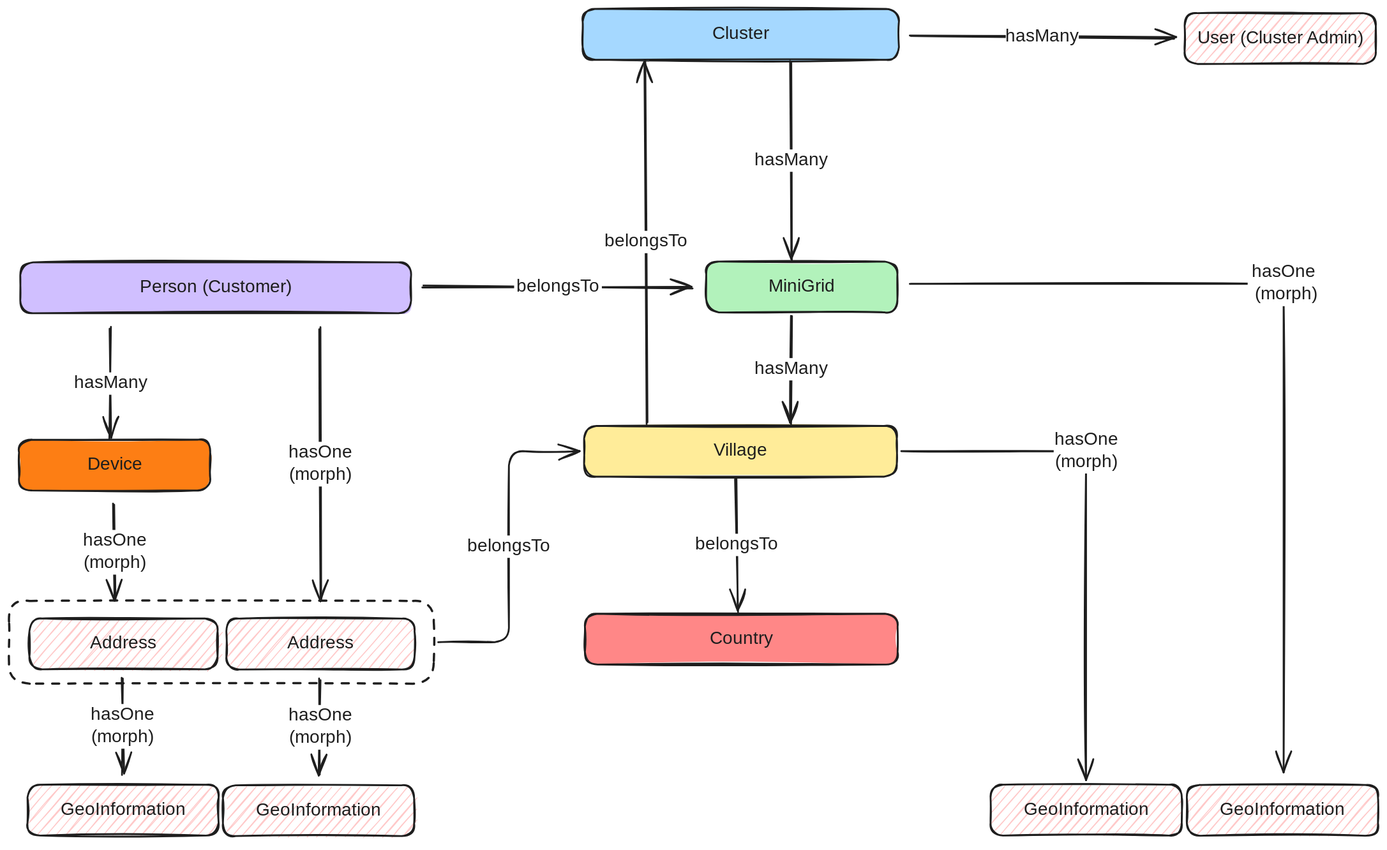
This is docs/development/images/cluster_minigrid_village.excalidraw.svg from EnAccess/micropowermanager, a Excalidraw export, as it was before one commit. Source tidied: one line per element, renumbered; positions are measured from the earlier drawing's top-left corner, leaving out a move shared by most shapes.
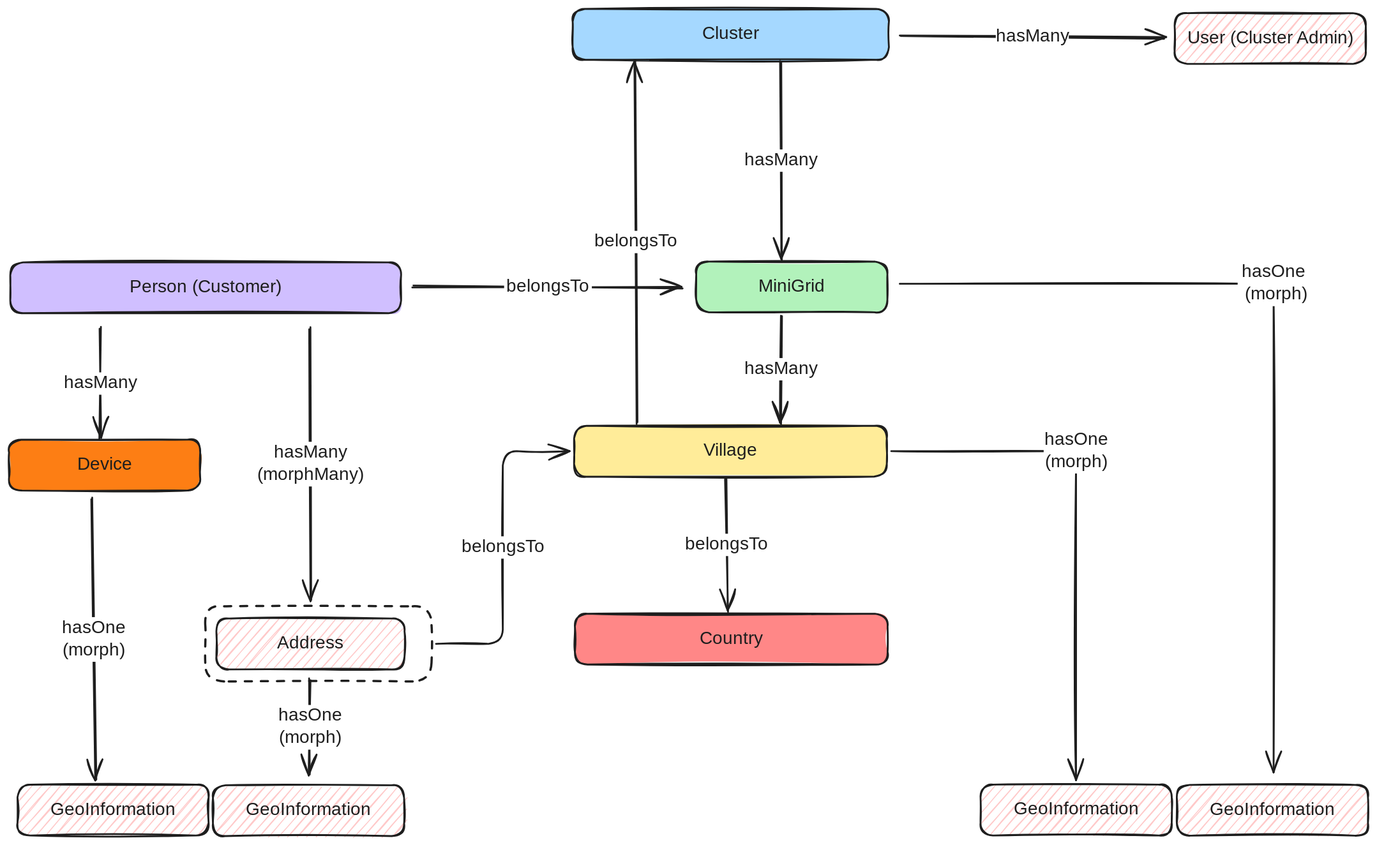
Above is the later version.

What changed in the source:
```diff
@@ -32,24 +32,20 @@
 {"id": 31, "type": "text", "text": "Address", "strokeColor": "#1e1e1e", "strokeWidth": 2, "roughness": 1, "fontSize": 20, "fontFamily": 5, "textAlign": "center", "verticalAlign": "middle", "inside": 30, "x": 309, "y": 698, "width": 78, "height": 25}
 {"id": 32, "type": "arrow", "strokeColor": "#1e1e1e", "strokeWidth": 2, "roughness": 1, "endArrowhead": "arrow", "round": true, "x": 876, "y": 343, "width": 0, "height": 121, "points": [[0, 0], [0, 121]]}
 {"id": 33, "type": "text", "text": "hasMany", "strokeColor": "#1e1e1e", "strokeWidth": 2, "roughness": 1, "fontSize": 20, "fontFamily": 5, "textAlign": "center", "verticalAlign": "middle", "inside": 32, "x": 758, "y": 385, "width": 82, "height": 25}
-{"id": 34, "type": "arrow", "strokeColor": "#1e1e1e", "strokeWidth": 2, "roughness": 1, "endArrowhead": "arrow", "round": true, "from": 22, "to": 48, "x": 117, "y": 555, "width": 2, "height": 106, "points": [[0, 0], [2, 106]]}
-{"id": 35, "type": "text", "text": "hasOne\n(morph)", "strokeColor": "#1e1e1e", "strokeWidth": 2, "roughness": 1, "fontSize": 20, "fontFamily": 5, "textAlign": "center", "verticalAlign": "middle", "inside": 34, "x": 310, "y": 592, "width": 72, "height": 50}
 {"id": 36, "type": "arrow", "strokeColor": "#1e1e1e", "strokeWidth": 2, "roughness": 1, "endArrowhead": "arrow", "round": true, "x": 348, "y": 750, "width": 0, "height": 107, "points": [[0, 0], [0, 107]]}
 {"id": 37, "type": "text", "text": "hasOne\n(morph)", "strokeColor": "#1e1e1e", "strokeWidth": 2, "roughness": 1, "fontSize": 20, "fontFamily": 5, "textAlign": "center", "verticalAlign": "middle", "inside": 36, "x": 312, "y": 779, "width": 72, "height": 50}
 {"id": 38, "type": "arrow", "strokeColor": "#1e1e1e", "backgroundColor": "#fd7e14", "fillStyle": "solid", "strokeWidth": 2, "roughness": 1, "endArrowhead": "arrow", "from": 4, "x": 998, "y": 495, "width": 207, "height": 368, "points": [[0, 0], [207, 0], [207, 368]]}
 {"id": 39, "type": "text", "text": "hasOne\n(morph)", "strokeColor": "#1e1e1e", "backgroundColor": "#fd7e14", "fillStyle": "solid", "strokeWidth": 2, "roughness": 1, "fontSize": 20, "fontFamily": 5, "textAlign": "center", "verticalAlign": "middle", "inside": 38, "x": 1114, "y": 389, "width": 72, "height": 50}
-{"id": 40, "type": "rectangle", "strokeColor": "#1e1e1e", "backgroundColor": "#ffc9c9", "fillStyle": "hachure", "strokeWidth": 2, "roughness": 1, "round": true, "x": 23, "y": 682, "width": 211, "height": 57}
-{"id": 41, "type": "text", "text": "Address", "strokeColor": "#1e1e1e", "strokeWidth": 2, "roughness": 1, "fontSize": 20, "fontFamily": 5, "textAlign": "center", "verticalAlign": "middle", "inside": 40, "x": 89, "y": 698, "width": 78, "height": 25}
 {"id": 42, "type": "arrow", "strokeColor": "#1e1e1e", "strokeWidth": 2, "roughness": 1, "endArrowhead": "arrow", "round": true, "from": 20, "x": 348, "y": 357, "width": 1, "height": 305, "points": [[0, 0], [1, 305]]}
-{"id": 43, "type": "text", "text": "hasOne\n(morph)", "strokeColor": "#1e1e1e", "strokeWidth": 2, "roughness": 1, "fontSize": 20, "fontFamily": 5, "textAlign": "center", "verticalAlign": "middle", "inside": 42, "x": 432, "y": 640, "width": 72, "height": 50}
+{"id": 43, "type": "text", "text": "hasMany\n(morphMany)", "strokeColor": "#1e1e1e", "strokeWidth": 2, "roughness": 1, "fontSize": 20, "fontFamily": 5, "textAlign": "center", "verticalAlign": "middle", "inside": 42, "x": 288, "y": 485, "width": 120, "height": 50}
 {"id": 44, "type": "rectangle", "strokeColor": "#1e1e1e", "backgroundColor": "#ffc9c9", "fillStyle": "hachure", "strokeWidth": 2, "roughness": 1, "round": true, "x": 21, "y": 868, "width": 214, "height": 57}
 {"id": 45, "type": "text", "text": "GeoInformation", "strokeColor": "#1e1e1e", "strokeWidth": 2, "roughness": 1, "fontSize": 20, "fontFamily": 5, "textAlign": "center", "verticalAlign": "middle", "inside": 44, "x": 51, "y": 884, "width": 153, "height": 25}
-{"id": 46, "type": "arrow", "strokeColor": "#1e1e1e", "strokeWidth": 2, "roughness": 1, "endArrowhead": "arrow", "round": true, "x": 127, "y": 749, "width": 0, "height": 107, "points": [[0, 0], [0, 107]]}
-{"id": 47, "type": "text", "text": "hasOne\n(morph)", "strokeColor": "#1e1e1e", "strokeWidth": 2, "roughness": 1, "fontSize": 20, "fontFamily": 5, "textAlign": "center", "verticalAlign": "middle", "inside": 46, "x": 339, "y": 780, "width": 72, "height": 50}
-{"id": 48, "type": "rectangle", "strokeColor": "#1e1e1e", "strokeWidth": 2, "strokeStyle": "dashed", "roughness": 1, "round": true, "x": 0, "y": 663, "width": 475, "height": 93}
+{"id": 48, "type": "rectangle", "strokeColor": "#1e1e1e", "strokeWidth": 2, "strokeStyle": "dashed", "roughness": 1, "round": true, "x": 231, "y": 669, "width": 253, "height": 84}
-{"id": 49, "type": "arrow", "strokeColor": "#1e1e1e", "strokeWidth": 2, "roughness": 1, "endArrowhead": "arrow", "from": 48, "to": 4, "x": 480, "y": 709, "width": 158, "height": 214, "points": [[0, 0], [79, 0], [79, -214], [158, -214]]}
+{"id": 49, "type": "arrow", "strokeColor": "#1e1e1e", "strokeWidth": 2, "roughness": 1, "endArrowhead": "arrow", "from": 48, "to": 4, "x": 489, "y": 711, "width": 150, "height": 216, "points": [[0, 0], [75, 0], [75, -216], [150, -216]]}
 {"id": 50, "type": "text", "text": "belongsTo", "strokeColor": "#1e1e1e", "strokeWidth": 2, "roughness": 1, "fontSize": 20, "fontFamily": 5, "textAlign": "center", "verticalAlign": "middle", "inside": 49, "x": 510, "y": 589, "width": 98, "height": 25}
 {"id": 51, "type": "rectangle", "strokeColor": "#1e1e1e", "backgroundColor": "#ffc9c9", "fillStyle": "hachure", "strokeWidth": 2, "roughness": 1, "round": true, "x": 1098, "y": 868, "width": 214, "height": 57}
 {"id": 52, "type": "text", "text": "GeoInformation", "strokeColor": "#1e1e1e", "strokeWidth": 2, "roughness": 1, "fontSize": 20, "fontFamily": 5, "textAlign": "center", "verticalAlign": "middle", "inside": 51, "x": 1129, "y": 884, "width": 153, "height": 25}
 {"id": 53, "type": "rectangle", "strokeColor": "#1e1e1e", "backgroundColor": "#ffc9c9", "fillStyle": "hachure", "strokeWidth": 2, "roughness": 1, "round": true, "x": 1318, "y": 869, "width": 214, "height": 57}
 {"id": 54, "type": "text", "text": "GeoInformation", "strokeColor": "#1e1e1e", "strokeWidth": 2, "roughness": 1, "fontSize": 20, "fontFamily": 5, "textAlign": "center", "verticalAlign": "middle", "inside": 53, "x": 1348, "y": 884, "width": 153, "height": 25}
+{"id": 55, "type": "arrow", "strokeColor": "#1e1e1e", "strokeWidth": 2, "roughness": 1, "endArrowhead": "arrow", "round": true, "from": 22, "to": 44, "x": 103, "y": 548, "width": 6, "height": 315, "points": [[0, 0], [6, 315]]}
+{"id": 56, "type": "text", "text": "hasOne\n(morph)", "strokeColor": "#1e1e1e", "strokeWidth": 2, "roughness": 1, "fontSize": 20, "fontFamily": 5, "textAlign": "center", "verticalAlign": "middle", "inside": 55, "x": 70, "y": 681, "width": 72, "height": 50}
```
